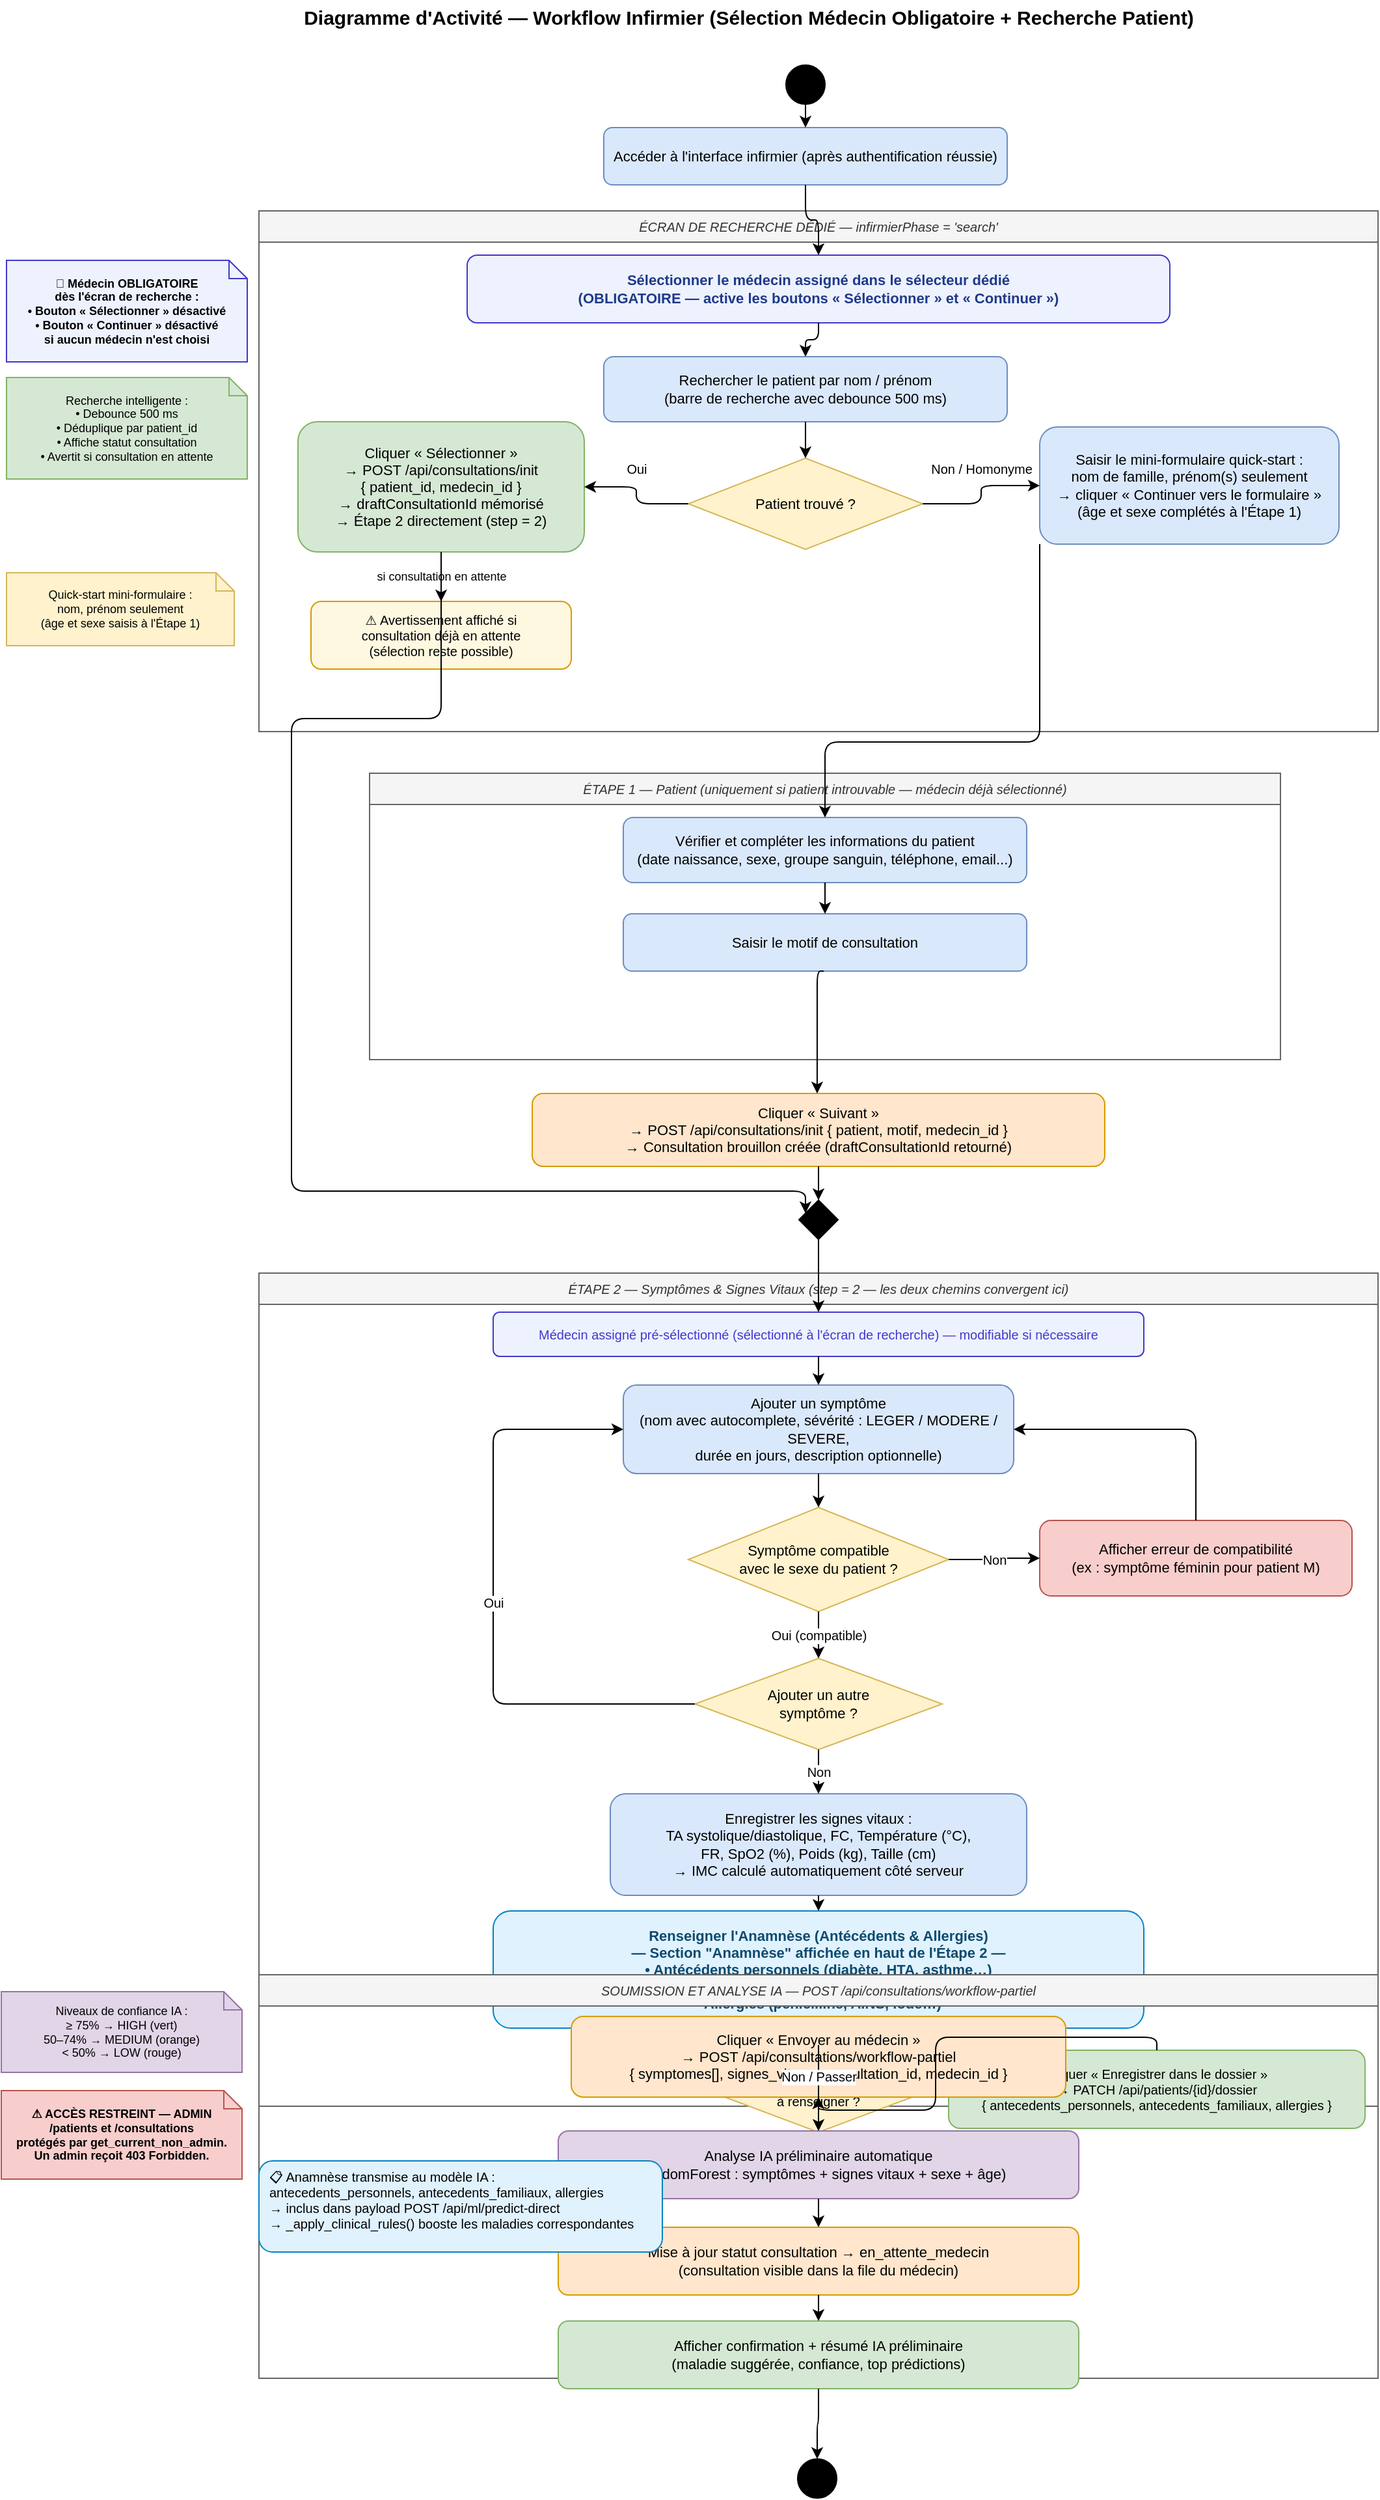
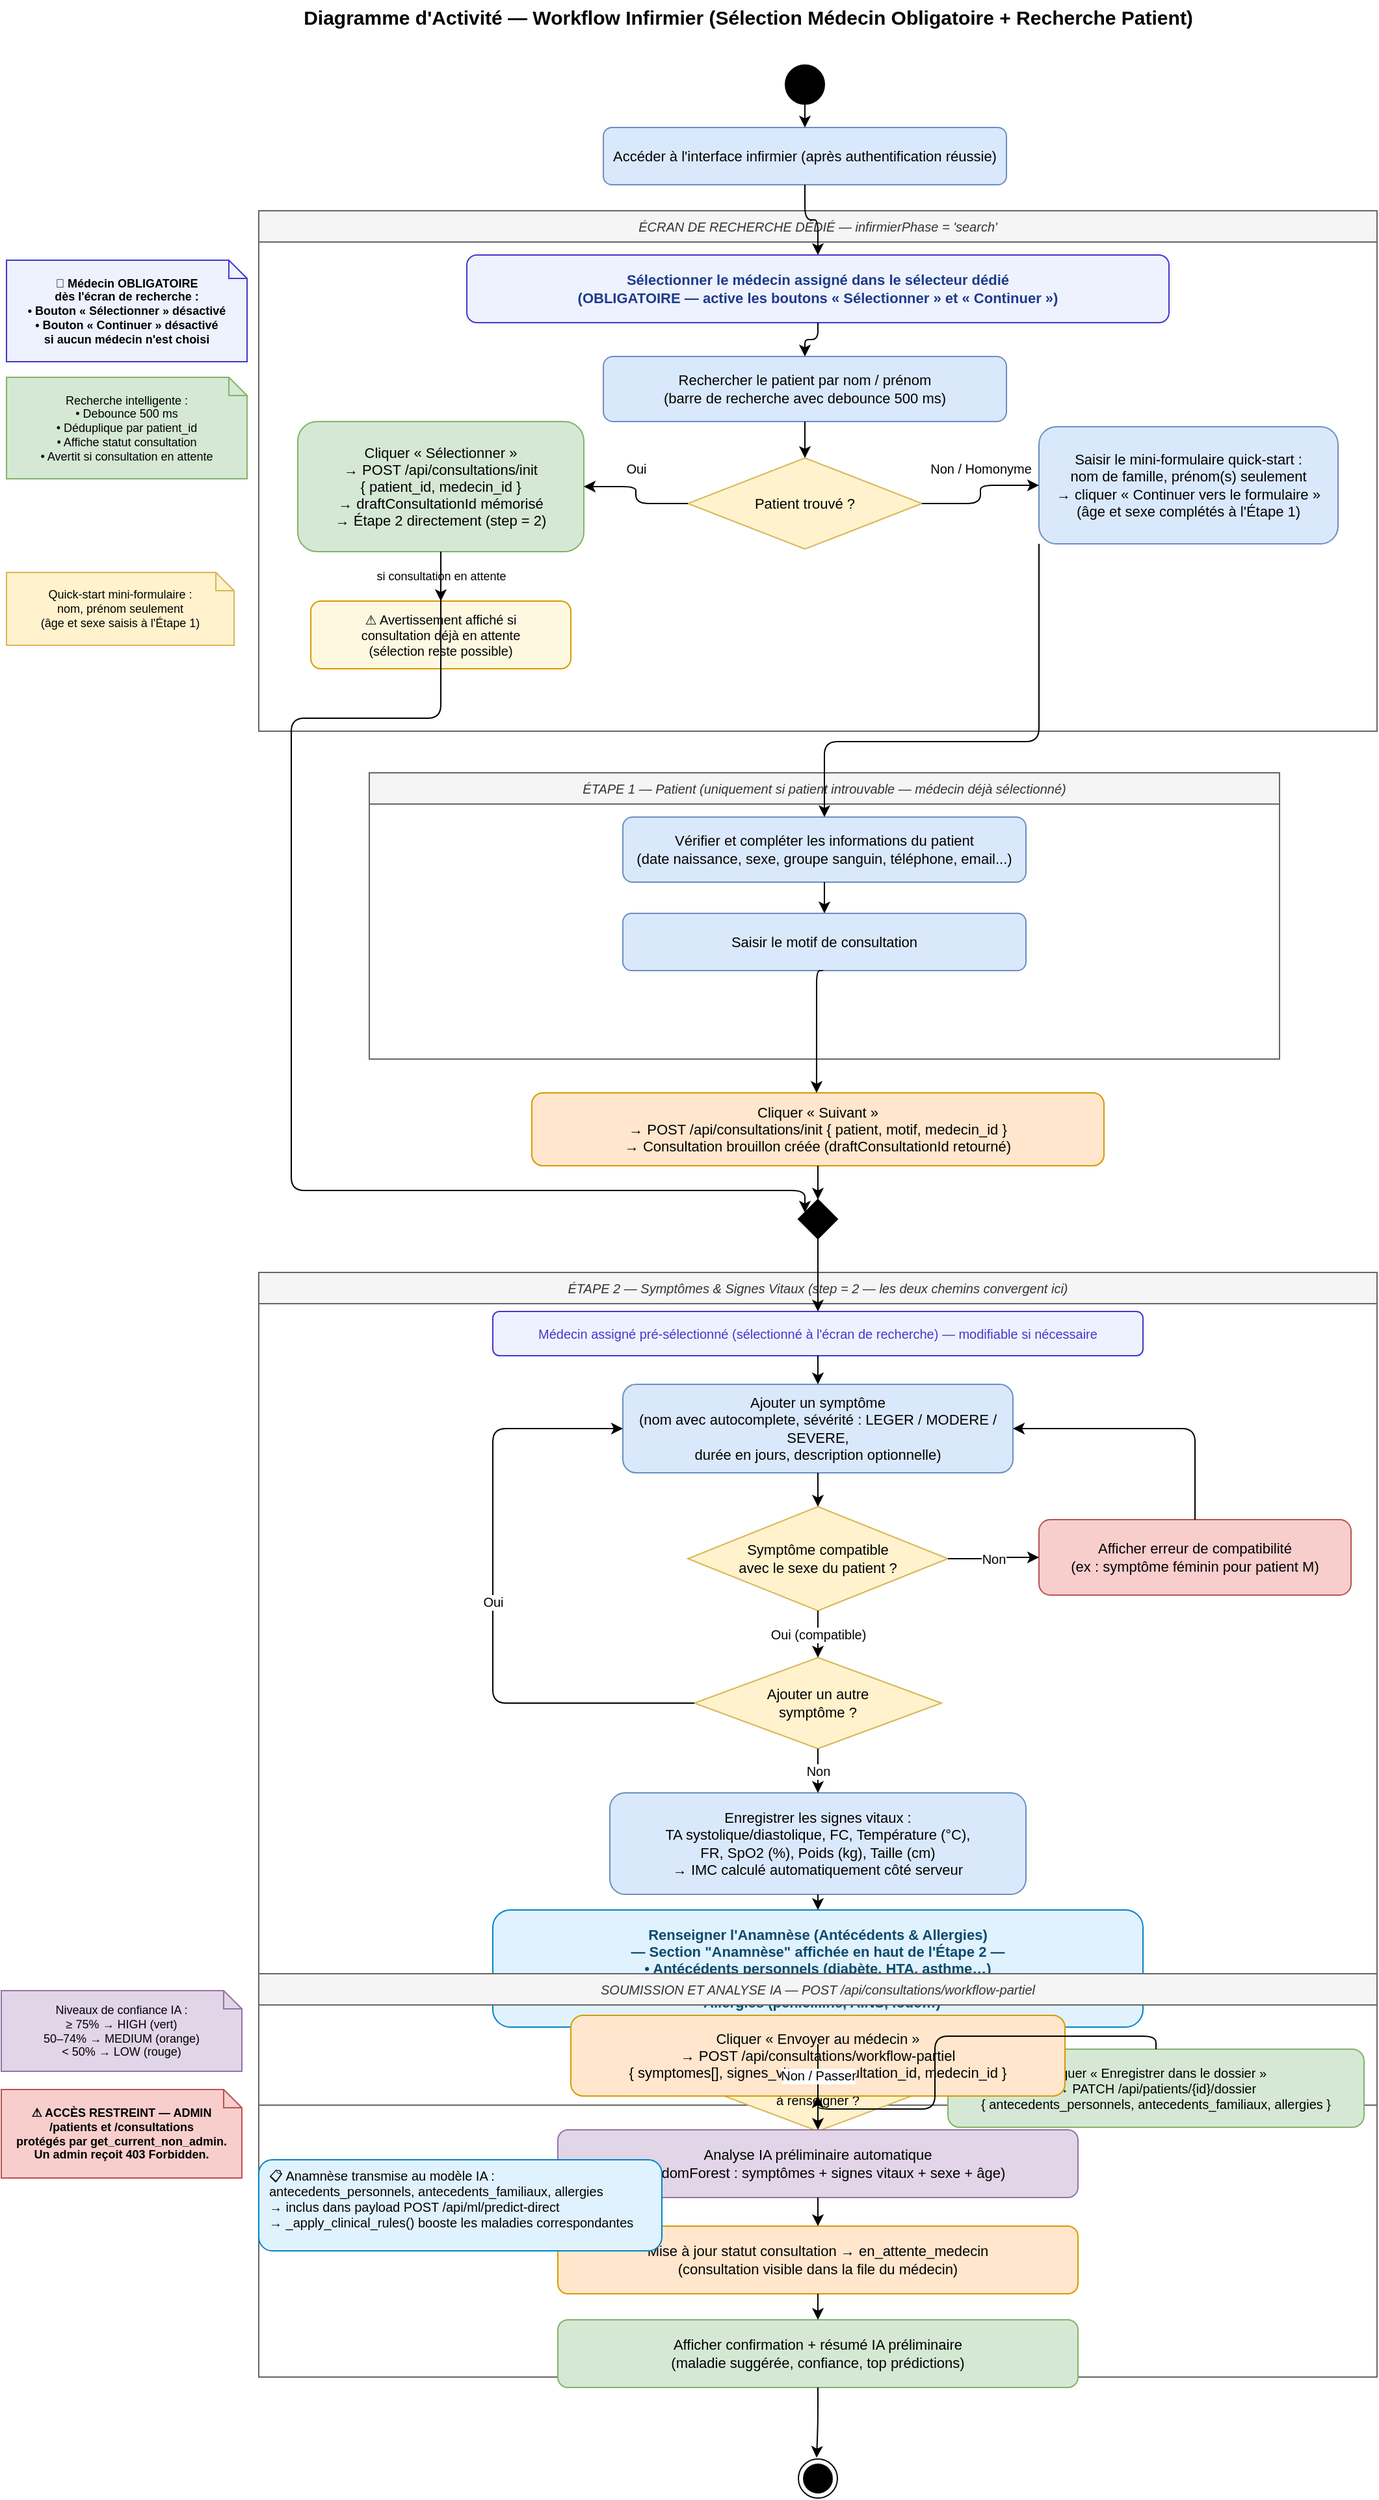
<mxfile host="Electron">
  <diagram id="3yKrx0kO-pWeYLYvruOX" name="Page-1">
-     <mxGraphModel dx="5213" dy="2188" grid="1" gridSize="10" guides="1" tooltips="1" connect="1" arrows="1" fold="1" page="1" pageScale="1" pageWidth="1100" pageHeight="1800" math="0" shadow="0">
+     <mxGraphModel dx="2036" dy="569" grid="1" gridSize="10" guides="1" tooltips="1" connect="1" arrows="1" fold="1" page="1" pageScale="1" pageWidth="1100" pageHeight="1800" math="0" shadow="0">
      <root>
        <mxCell id="0" />
        <mxCell id="1" parent="0" />
        <mxCell id="2" parent="1" style="text;html=1;strokeColor=none;fillColor=none;align=center;verticalAlign=middle;whiteSpace=wrap;fontSize=15;fontStyle=1;" value="Diagramme d&#39;Activité — Workflow Infirmier (Sélection Médecin Obligatoire + Recherche Patient)" vertex="1">
          <mxGeometry height="26" width="717" x="-856.5" y="20" as="geometry" />
        </mxCell>
        <mxCell id="start" parent="1" style="ellipse;aspect=fixed;html=1;fillColor=#000000;strokeColor=#000000;" value="" vertex="1">
          <mxGeometry height="30" width="30" x="-469" y="70" as="geometry" />
        </mxCell>
        <mxCell id="a0" parent="1" style="rounded=1;whiteSpace=wrap;html=1;fillColor=#dae8fc;strokeColor=#6c8ebf;fontSize=11;" value="Accéder à l&#39;interface infirmier (après authentification réussie)" vertex="1">
          <mxGeometry height="44" width="310" x="-609" y="118" as="geometry" />
        </mxCell>
        <mxCell id="e_start_a0" edge="1" parent="1" source="start" style="edgeStyle=orthogonalEdgeStyle;html=1;" target="a0" value="">
          <mxGeometry relative="1" as="geometry" />
        </mxCell>
        <mxCell id="zone0" parent="1" style="swimlane;startSize=24;fillColor=#f5f5f5;strokeColor=#666666;fontColor=#333333;fontSize=10;fontStyle=2;swimlaneLine=1;" value="ÉCRAN DE RECHERCHE DÉDIÉ — infirmierPhase = &#39;search&#39;" vertex="1">
          <mxGeometry height="400" width="860" x="-874" y="182" as="geometry" />
        </mxCell>
        <mxCell id="a1" parent="zone0" style="rounded=1;whiteSpace=wrap;html=1;fillColor=#EEF2FF;strokeColor=#4338CA;fontSize=11;fontStyle=1;fontColor=#1E3A8A;" value="Sélectionner le médecin assigné dans le sélecteur dédié&#xa;(OBLIGATOIRE — active les boutons « Sélectionner » et « Continuer »)" vertex="1">
          <mxGeometry height="52" width="540" x="160" y="34" as="geometry" />
        </mxCell>
        <mxCell id="a2" parent="zone0" style="rounded=1;whiteSpace=wrap;html=1;fillColor=#dae8fc;strokeColor=#6c8ebf;fontSize=11;" value="Rechercher le patient par nom / prénom&#xa;(barre de recherche avec debounce 500 ms)" vertex="1">
          <mxGeometry height="50" width="310" x="265" y="112" as="geometry" />
        </mxCell>
        <mxCell id="e_a1_a2" edge="1" parent="zone0" source="a1" style="edgeStyle=orthogonalEdgeStyle;html=1;" target="a2" value="">
          <mxGeometry relative="1" as="geometry" />
        </mxCell>
        <mxCell id="d1" parent="zone0" style="rhombus;whiteSpace=wrap;html=1;fillColor=#fff2cc;strokeColor=#d6b656;fontSize=11;" value="Patient trouvé ?" vertex="1">
          <mxGeometry height="70" width="180" x="330" y="190" as="geometry" />
        </mxCell>
        <mxCell id="e_a2_d1" edge="1" parent="zone0" source="a2" style="edgeStyle=orthogonalEdgeStyle;html=1;" target="d1" value="">
          <mxGeometry relative="1" as="geometry" />
        </mxCell>
        <mxCell id="a3" parent="zone0" style="rounded=1;whiteSpace=wrap;html=1;fillColor=#d5e8d4;strokeColor=#82b366;fontSize=11;" value="Cliquer « Sélectionner »&#xa;→ POST /api/consultations/init&#xa;   { patient_id, medecin_id }&#xa;→ draftConsultationId mémorisé&#xa;→ Étape 2 directement (step = 2)" vertex="1">
          <mxGeometry height="100" width="220" x="30" y="162" as="geometry" />
        </mxCell>
        <mxCell id="e_d1_a3" edge="1" parent="zone0" source="d1" style="edgeStyle=orthogonalEdgeStyle;html=1;fontSize=10;" target="a3" value="Oui">
          <mxGeometry relative="1" x="0.1408" y="-14" as="geometry">
            <mxPoint as="offset" />
          </mxGeometry>
        </mxCell>
        <mxCell id="a4" parent="zone0" style="rounded=1;whiteSpace=wrap;html=1;fillColor=#dae8fc;strokeColor=#6c8ebf;fontSize=11;" value="Saisir le mini-formulaire quick-start :&#xa;nom de famille, prénom(s) seulement&#xa;→ cliquer « Continuer vers le formulaire »&#xa;(âge et sexe complétés à l&#39;Étape 1)" vertex="1">
          <mxGeometry height="90" width="230" x="600" y="166" as="geometry" />
        </mxCell>
        <mxCell id="e_d1_a4" edge="1" parent="zone0" source="d1" style="edgeStyle=orthogonalEdgeStyle;html=1;fontSize=10;" target="a4" value="Non / Homonyme">
          <mxGeometry relative="1" x="0.1346" y="13" as="geometry">
            <mxPoint as="offset" />
          </mxGeometry>
        </mxCell>
        <mxCell id="a3b" parent="zone0" style="rounded=1;whiteSpace=wrap;html=1;fillColor=#fff8e1;strokeColor=#d79b00;fontSize=10;" value="⚠ Avertissement affiché si&#xa;consultation déjà en attente&#xa;(sélection reste possible)" vertex="1">
          <mxGeometry height="52" width="200" x="40" y="300" as="geometry" />
        </mxCell>
        <mxCell id="e_a3_a3b" edge="1" parent="zone0" source="a3" style="edgeStyle=orthogonalEdgeStyle;html=1;dashed=1;fontSize=9;" target="a3b" value="si consultation en attente">
          <mxGeometry relative="1" as="geometry" />
        </mxCell>
        <mxCell id="e_a0_zone0" edge="1" parent="1" source="a0" style="edgeStyle=orthogonalEdgeStyle;html=1;" target="a1" value="">
          <mxGeometry relative="1" as="geometry" />
        </mxCell>
        <mxCell id="zone1" parent="1" style="swimlane;startSize=24;fillColor=#f5f5f5;strokeColor=#666666;fontColor=#333333;fontSize=10;fontStyle=2;swimlaneLine=1;" value="ÉTAPE 1 — Patient (uniquement si patient introuvable — médecin déjà sélectionné)" vertex="1">
          <mxGeometry height="220" width="700" x="-789" y="614" as="geometry" />
        </mxCell>
        <mxCell id="b1" parent="zone1" style="rounded=1;whiteSpace=wrap;html=1;fillColor=#dae8fc;strokeColor=#6c8ebf;fontSize=11;" value="Vérifier et compléter les informations du patient&#xa;(date naissance, sexe, groupe sanguin, téléphone, email...)" vertex="1">
          <mxGeometry height="50" width="310" x="195" y="34" as="geometry" />
        </mxCell>
        <mxCell id="b2" parent="zone1" style="rounded=1;whiteSpace=wrap;html=1;fillColor=#dae8fc;strokeColor=#6c8ebf;fontSize=11;" value="Saisir le motif de consultation" vertex="1">
          <mxGeometry height="44" width="310" x="195" y="108" as="geometry" />
        </mxCell>
        <mxCell id="e_b1_b2" edge="1" parent="zone1" source="b1" style="edgeStyle=orthogonalEdgeStyle;html=1;" target="b2" value="">
          <mxGeometry relative="1" as="geometry" />
        </mxCell>
        <mxCell id="b3" parent="1" style="rounded=1;whiteSpace=wrap;html=1;fillColor=#ffe6cc;strokeColor=#d79b00;fontSize=11;" value="Cliquer « Suivant »&#xa;→ POST /api/consultations/init { patient, motif, medecin_id }&#xa;→ Consultation brouillon créée (draftConsultationId retourné)" vertex="1">
          <mxGeometry height="56" width="440" x="-664" y="860" as="geometry" />
        </mxCell>
        <mxCell id="e_b2_b3" edge="1" parent="1" style="edgeStyle=orthogonalEdgeStyle;html=1;" value="">
          <mxGeometry relative="1" as="geometry">
            <Array as="points">
              <mxPoint x="-445" y="766" />
            </Array>
            <mxPoint x="-439.9999999999998" y="766" as="sourcePoint" />
            <mxPoint x="-445.0344827586207" y="860" as="targetPoint" />
          </mxGeometry>
        </mxCell>
        <mxCell id="e_a4_zone1" edge="1" parent="1" source="a4" style="edgeStyle=orthogonalEdgeStyle;html=1;" target="b1" value="">
          <mxGeometry relative="1" as="geometry">
            <Array as="points">
              <mxPoint x="-274" y="590" />
              <mxPoint x="-439" y="590" />
            </Array>
          </mxGeometry>
        </mxCell>
        <mxCell id="join1" parent="1" style="rhombus;whiteSpace=wrap;html=1;fillColor=#000000;strokeColor=#000000;" value="" vertex="1">
          <mxGeometry height="30" width="30" x="-459" y="942" as="geometry" />
        </mxCell>
        <mxCell id="e_a3_join" edge="1" parent="1" source="a3" style="edgeStyle=orthogonalEdgeStyle;html=1;" target="join1" value="">
          <mxGeometry relative="1" as="geometry">
            <Array as="points">
              <mxPoint x="-849" y="572" />
              <mxPoint x="-849" y="935" />
              <mxPoint x="-454" y="935" />
            </Array>
          </mxGeometry>
        </mxCell>
        <mxCell id="e_b3_join" edge="1" parent="1" source="b3" style="edgeStyle=orthogonalEdgeStyle;html=1;" target="join1" value="">
          <mxGeometry relative="1" as="geometry" />
        </mxCell>
        <mxCell id="zone2" parent="1" style="swimlane;startSize=24;fillColor=#f5f5f5;strokeColor=#666666;fontColor=#333333;fontSize=10;fontStyle=2;swimlaneLine=1;" value="ÉTAPE 2 — Symptômes &amp; Signes Vitaux (step = 2 — les deux chemins convergent ici)" vertex="1">
          <mxGeometry height="640" width="860" x="-874" y="998" as="geometry" />
        </mxCell>
        <mxCell id="c0" parent="zone2" style="rounded=1;whiteSpace=wrap;html=1;fillColor=#EEF2FF;strokeColor=#4338CA;fontSize=10;fontColor=#4338CA;" value="Médecin assigné pré-sélectionné (sélectionné à l&#39;écran de recherche) — modifiable si nécessaire" vertex="1">
          <mxGeometry height="34" width="500" x="180" y="30" as="geometry" />
        </mxCell>
        <mxCell id="c1" parent="zone2" style="rounded=1;whiteSpace=wrap;html=1;fillColor=#dae8fc;strokeColor=#6c8ebf;fontSize=11;" value="Ajouter un symptôme&#xa;(nom avec autocomplete, sévérité : LEGER / MODERE / SEVERE,&#xa; durée en jours, description optionnelle)" vertex="1">
          <mxGeometry height="68" width="300" x="280" y="86" as="geometry" />
        </mxCell>
        <mxCell id="e_c0_c1" edge="1" parent="zone2" source="c0" style="edgeStyle=orthogonalEdgeStyle;html=1;" target="c1" value="">
          <mxGeometry relative="1" as="geometry" />
        </mxCell>
        <mxCell id="d2" parent="zone2" style="rhombus;whiteSpace=wrap;html=1;fillColor=#fff2cc;strokeColor=#d6b656;fontSize=11;" value="Symptôme compatible&#xa;avec le sexe du patient ?" vertex="1">
          <mxGeometry height="80" width="200" x="330" y="180" as="geometry" />
        </mxCell>
        <mxCell id="e_c1_d2" edge="1" parent="zone2" source="c1" style="edgeStyle=orthogonalEdgeStyle;html=1;" target="d2" value="">
          <mxGeometry relative="1" as="geometry" />
        </mxCell>
        <mxCell id="c2" parent="zone2" style="rounded=1;whiteSpace=wrap;html=1;fillColor=#f8cecc;strokeColor=#b85450;fontSize=11;" value="Afficher erreur de compatibilité&#xa;(ex : symptôme féminin pour patient M)" vertex="1">
          <mxGeometry height="58" width="240" x="600" y="190" as="geometry" />
        </mxCell>
        <mxCell id="e_d2_c2" edge="1" parent="zone2" source="d2" style="edgeStyle=orthogonalEdgeStyle;html=1;fontSize=10;" target="c2" value="Non">
          <mxGeometry relative="1" as="geometry" />
        </mxCell>
        <mxCell id="e_c2_c1" edge="1" parent="zone2" source="c2" style="edgeStyle=orthogonalEdgeStyle;html=1;" target="c1" value="">
          <mxGeometry relative="1" as="geometry">
            <Array as="points">
              <mxPoint x="720" y="120" />
              <mxPoint x="430" y="120" />
            </Array>
          </mxGeometry>
        </mxCell>
        <mxCell id="d3" parent="zone2" style="rhombus;whiteSpace=wrap;html=1;fillColor=#fff2cc;strokeColor=#d6b656;fontSize=11;" value="Ajouter un autre&#xa;symptôme ?" vertex="1">
          <mxGeometry height="70" width="190" x="335" y="296" as="geometry" />
        </mxCell>
        <mxCell id="e_d2_d3" edge="1" parent="zone2" source="d2" style="edgeStyle=orthogonalEdgeStyle;html=1;fontSize=10;" target="d3" value="Oui (compatible)">
          <mxGeometry relative="1" as="geometry" />
        </mxCell>
        <mxCell id="e_d3_c1" edge="1" parent="zone2" source="d3" style="edgeStyle=orthogonalEdgeStyle;html=1;fontSize=10;" target="c1" value="Oui">
          <mxGeometry relative="1" as="geometry">
            <Array as="points">
              <mxPoint x="335" y="331" />
              <mxPoint x="180" y="331" />
              <mxPoint x="180" y="120" />
              <mxPoint x="280" y="120" />
            </Array>
          </mxGeometry>
        </mxCell>
        <mxCell id="c3" parent="zone2" style="rounded=1;whiteSpace=wrap;html=1;fillColor=#dae8fc;strokeColor=#6c8ebf;fontSize=11;" value="Enregistrer les signes vitaux :&#xa;TA systolique/diastolique, FC, Température (°C),&#xa;FR, SpO2 (%), Poids (kg), Taille (cm)&#xa;→ IMC calculé automatiquement côté serveur" vertex="1">
          <mxGeometry height="78" width="320" x="270" y="400" as="geometry" />
        </mxCell>
        <mxCell id="e_d3_c3" edge="1" parent="zone2" source="d3" style="edgeStyle=orthogonalEdgeStyle;html=1;fontSize=10;" target="c3" value="Non">
          <mxGeometry relative="1" as="geometry" />
        </mxCell>
+         <mxCell id="amn_inf" parent="zone2" style="rounded=1;whiteSpace=wrap;html=1;fillColor=#E0F2FE;strokeColor=#0284C7;fontSize=11;fontStyle=1;fontColor=#0C4A6E;" value="Renseigner l&#39;Anamnèse (Antécédents &amp; Allergies)&#xa;— Section &quot;Anamnèse&quot; affichée en haut de l&#39;Étape 2 —&#xa;• Antécédents personnels (diabète, HTA, asthme…)&#xa;• Antécédents familiaux (cardiopathie familiale…)&#xa;• Allergies (pénicilline, AINS, iode…)" vertex="1">
+           <mxGeometry height="90" width="500" x="180" y="490" as="geometry" />
+         </mxCell>
+         <mxCell id="amn_inf_d" parent="zone2" style="rhombus;whiteSpace=wrap;html=1;fillColor=#fff2cc;strokeColor=#d6b656;fontSize=10;" value="Antécédents&#xa;à renseigner ?" vertex="1">
+           <mxGeometry height="60" width="160" x="350" y="600" as="geometry" />
+         </mxCell>
+         <mxCell id="amn_inf_save" parent="zone2" style="rounded=1;whiteSpace=wrap;html=1;fillColor=#d5e8d4;strokeColor=#82b366;fontSize=10;" value="Cliquer « Enregistrer dans le dossier »&#xa;→ PATCH /api/patients/{id}/dossier&#xa;{ antecedents_personnels, antecedents_familiaux, allergies }" vertex="1">
+           <mxGeometry height="60" width="320" x="530" y="597" as="geometry" />
+         </mxCell>
+         <mxCell id="e_c3_amn" edge="1" parent="zone2" source="c3" style="edgeStyle=orthogonalEdgeStyle;html=1;" target="amn_inf" value="">
+           <mxGeometry relative="1" as="geometry" />
+         </mxCell>
+         <mxCell id="e_amn_d" edge="1" parent="zone2" source="amn_inf" style="edgeStyle=orthogonalEdgeStyle;html=1;" target="amn_inf_d" value="">
+           <mxGeometry relative="1" as="geometry" />
+         </mxCell>
+         <mxCell id="e_amnd_save" edge="1" parent="zone2" source="amn_inf_d" style="edgeStyle=orthogonalEdgeStyle;html=1;fontSize=10;" target="amn_inf_save" value="Oui">
+           <mxGeometry relative="1" as="geometry" />
+         </mxCell>
        <mxCell id="e_join_zone2" edge="1" parent="1" source="join1" style="edgeStyle=orthogonalEdgeStyle;html=1;" target="c0" value="">
          <mxGeometry relative="1" as="geometry" />
        </mxCell>
        <mxCell id="zone3" parent="1" style="swimlane;startSize=24;fillColor=#f5f5f5;strokeColor=#666666;fontColor=#333333;fontSize=10;fontStyle=2;swimlaneLine=1;" value="SOUMISSION ET ANALYSE IA — POST /api/consultations/workflow-partiel" vertex="1">
          <mxGeometry height="310" width="860" x="-874" y="1537" as="geometry" />
        </mxCell>
        <mxCell id="d1z3" parent="zone3" style="rounded=1;whiteSpace=wrap;html=1;fillColor=#ffe6cc;strokeColor=#d79b00;fontSize=11;" value="Cliquer « Envoyer au médecin »&#xa;→ POST /api/consultations/workflow-partiel&#xa;   { symptomes[], signes_vitaux, consultation_id, medecin_id }" vertex="1">
          <mxGeometry height="62" width="380" x="240" y="32" as="geometry" />
        </mxCell>
        <mxCell id="d2z3" parent="zone3" style="rounded=1;whiteSpace=wrap;html=1;fillColor=#e1d5e7;strokeColor=#9673a6;fontSize=11;" value="Analyse IA préliminaire automatique&#xa;(RandomForest : symptômes + signes vitaux + sexe + âge)" vertex="1">
          <mxGeometry height="52" width="400" x="230" y="120" as="geometry" />
        </mxCell>
        <mxCell id="e_d1z3_d2z3" edge="1" parent="zone3" source="d1z3" style="edgeStyle=orthogonalEdgeStyle;html=1;" target="d2z3" value="">
          <mxGeometry relative="1" as="geometry" />
        </mxCell>
        <mxCell id="d3z3" parent="zone3" style="rounded=1;whiteSpace=wrap;html=1;fillColor=#ffe6cc;strokeColor=#d79b00;fontSize=11;" value="Mise à jour statut consultation → en_attente_medecin&#xa;(consultation visible dans la file du médecin)" vertex="1">
          <mxGeometry height="52" width="400" x="230" y="194" as="geometry" />
        </mxCell>
        <mxCell id="e_d2z3_d3z3" edge="1" parent="zone3" source="d2z3" style="edgeStyle=orthogonalEdgeStyle;html=1;" target="d3z3" value="">
          <mxGeometry relative="1" as="geometry" />
        </mxCell>
        <mxCell id="d4z3" parent="zone3" style="rounded=1;whiteSpace=wrap;html=1;fillColor=#d5e8d4;strokeColor=#82b366;fontSize=11;" value="Afficher confirmation + résumé IA préliminaire&#xa;(maladie suggérée, confiance, top prédictions)" vertex="1">
          <mxGeometry height="52" width="400" x="230" y="266" as="geometry" />
        </mxCell>
        <mxCell id="e_d3z3_d4z3" edge="1" parent="zone3" source="d3z3" style="edgeStyle=orthogonalEdgeStyle;html=1;" target="d4z3" value="">
          <mxGeometry relative="1" as="geometry" />
        </mxCell>
-         <mxCell id="fin" parent="1" style="ellipse;aspect=fixed;html=1;fillColor=#000000;strokeColor=#000000;shape=doubleEllipse;" value="" vertex="1">
-           <mxGeometry height="30" width="30" x="-460" y="1909" as="geometry" />
-         </mxCell>
-         <mxCell id="e_d4z3_fin" edge="1" parent="1" source="d4z3" style="edgeStyle=orthogonalEdgeStyle;html=1;" target="fin" value="">
-           <mxGeometry relative="1" as="geometry" />
+         <mxCell id="e_d4z3_fin" edge="1" parent="1" source="d4z3" style="edgeStyle=orthogonalEdgeStyle;html=1;" value="">
+           <mxGeometry relative="1" as="geometry">
+             <mxPoint x="-445.0000000000002" y="1909" as="targetPoint" />
+           </mxGeometry>
        </mxCell>
        <mxCell id="n1" parent="1" style="shape=note;whiteSpace=wrap;html=1;backgroundOutline=1;size=14;fillColor=#EEF2FF;strokeColor=#4338CA;fontSize=9;fontStyle=1;" value="🔑 Médecin OBLIGATOIRE&#xa;dès l&#39;écran de recherche :&#xa;• Bouton « Sélectionner » désactivé&#xa;• Bouton « Continuer » désactivé&#xa;si aucun médecin n&#39;est choisi" vertex="1">
          <mxGeometry height="78" width="185" x="-1068" y="220" as="geometry" />
        </mxCell>
        <mxCell id="n2" parent="1" style="shape=note;whiteSpace=wrap;html=1;backgroundOutline=1;size=14;fillColor=#d5e8d4;strokeColor=#82b366;fontSize=9;" value="Recherche intelligente :&#xa;• Debounce 500 ms&#xa;• Déduplique par patient_id&#xa;• Affiche statut consultation&#xa;• Avertit si consultation en attente" vertex="1">
          <mxGeometry height="78" width="185" x="-1068" y="310" as="geometry" />
        </mxCell>
        <mxCell id="n3" parent="1" style="shape=note;whiteSpace=wrap;html=1;backgroundOutline=1;size=14;fillColor=#fff2cc;strokeColor=#d6b656;fontSize=9;" value="Quick-start mini-formulaire :&#xa;nom, prénom seulement&#xa;(âge et sexe saisis à l&#39;Étape 1)" vertex="1">
          <mxGeometry height="56" width="175" x="-1068" y="460" as="geometry" />
        </mxCell>
        <mxCell id="n4" parent="1" style="shape=note;whiteSpace=wrap;html=1;backgroundOutline=1;size=14;fillColor=#e1d5e7;strokeColor=#9673a6;fontSize=9;" value="Niveaux de confiance IA :&#xa;≥ 75% → HIGH (vert)&#xa;50–74% → MEDIUM (orange)&#xa;&lt; 50% → LOW (rouge)" vertex="1">
          <mxGeometry height="62" width="185" x="-1072" y="1550" as="geometry" />
        </mxCell>
        <mxCell id="n5" parent="1" style="shape=note;whiteSpace=wrap;html=1;backgroundOutline=1;size=14;fillColor=#f8cecc;strokeColor=#b85450;fontSize=9;fontStyle=1;" value="⚠ ACCÈS RESTREINT — ADMIN&#xa;/patients et /consultations&#xa;protégés par get_current_non_admin.&#xa;Un admin reçoit 403 Forbidden." vertex="1">
          <mxGeometry height="68" width="185" x="-1072" y="1626" as="geometry" />
        </mxCell>
- 
-     <!-- ── ANAMNÈSE — section ajoutée (antécédents & allergies) ── -->
-     <mxCell id="amn_inf" parent="zone2" style="rounded=1;whiteSpace=wrap;html=1;fillColor=#E0F2FE;strokeColor=#0284C7;fontSize=11;fontStyle=1;fontColor=#0C4A6E;" value="Renseigner l&apos;Anamnèse (Antécédents &amp; Allergies)&#xa;— Section &quot;Anamnèse&quot; affichée en haut de l&apos;Étape 2 —&#xa;• Antécédents personnels (diabète, HTA, asthme…)&#xa;• Antécédents familiaux (cardiopathie familiale…)&#xa;• Allergies (pénicilline, AINS, iode…)" vertex="1">
-       <mxGeometry height="90" width="500" x="180" y="490" as="geometry" />
-     </mxCell>
-     <mxCell id="amn_inf_d" parent="zone2" style="rhombus;whiteSpace=wrap;html=1;fillColor=#fff2cc;strokeColor=#d6b656;fontSize=10;" value="Antécédents&#xa;à renseigner ?" vertex="1">
-       <mxGeometry height="60" width="160" x="350" y="600" as="geometry" />
-     </mxCell>
-     <mxCell id="amn_inf_save" parent="zone2" style="rounded=1;whiteSpace=wrap;html=1;fillColor=#d5e8d4;strokeColor=#82b366;fontSize=10;" value="Cliquer « Enregistrer dans le dossier »&#xa;→ PATCH /api/patients/{id}/dossier&#xa;{ antecedents_personnels, antecedents_familiaux, allergies }" vertex="1">
-       <mxGeometry height="60" width="320" x="530" y="597" as="geometry" />
-     </mxCell>
-     <mxCell id="e_c3_amn" edge="1" parent="zone2" source="c3" style="edgeStyle=orthogonalEdgeStyle;html=1;" target="amn_inf" value="">
-       <mxGeometry relative="1" as="geometry" />
-     </mxCell>
-     <mxCell id="e_amn_d" edge="1" parent="zone2" source="amn_inf" style="edgeStyle=orthogonalEdgeStyle;html=1;" target="amn_inf_d" value="">
-       <mxGeometry relative="1" as="geometry" />
-     </mxCell>
-     <mxCell id="e_amnd_save" edge="1" parent="zone2" source="amn_inf_d" style="edgeStyle=orthogonalEdgeStyle;html=1;fontSize=10;" target="amn_inf_save" value="Oui">
-       <mxGeometry relative="1" as="geometry" />
-     </mxCell>
-     <mxCell id="e_amn_inf_end" edge="1" parent="1" source="amn_inf_d" style="edgeStyle=orthogonalEdgeStyle;html=1;fontSize=10;" target="d1z3" value="Non / Passer">
-       <mxGeometry relative="1" as="geometry" />
-     </mxCell>
-     <mxCell id="e_amn_save_end" edge="1" parent="1" source="amn_inf_save" style="edgeStyle=orthogonalEdgeStyle;html=1;" target="d1z3" value="">
-       <mxGeometry relative="1" as="geometry" />
-     </mxCell>
-     <mxCell id="amn_note_inf" parent="1" style="text;html=1;strokeColor=#0284C7;fillColor=#E0F2FE;align=left;verticalAlign=top;spacingLeft=6;whiteSpace=wrap;overflow=hidden;fontSize=10;rounded=1;" value="📋 Anamnèse transmise au modèle IA :&#xa;antecedents_personnels, antecedents_familiaux, allergies&#xa;→ inclus dans payload POST /api/ml/predict-direct&#xa;→ _apply_clinical_rules() booste les maladies correspondantes" vertex="1">
-       <mxGeometry height="70" width="310" x="-874" y="1680" as="geometry" />
-     </mxCell>
+         <mxCell id="e_amn_inf_end" edge="1" parent="1" source="amn_inf_d" style="edgeStyle=orthogonalEdgeStyle;html=1;fontSize=10;" target="d1z3" value="Non / Passer">
+           <mxGeometry relative="1" as="geometry" />
+         </mxCell>
+         <mxCell id="e_amn_save_end" edge="1" parent="1" source="amn_inf_save" style="edgeStyle=orthogonalEdgeStyle;html=1;" target="d1z3" value="">
+           <mxGeometry relative="1" as="geometry" />
+         </mxCell>
+         <mxCell id="amn_note_inf" parent="1" style="text;html=1;strokeColor=#0284C7;fillColor=#E0F2FE;align=left;verticalAlign=top;spacingLeft=6;whiteSpace=wrap;overflow=hidden;fontSize=10;rounded=1;" value="📋 Anamnèse transmise au modèle IA :&#xa;antecedents_personnels, antecedents_familiaux, allergies&#xa;→ inclus dans payload POST /api/ml/predict-direct&#xa;→ _apply_clinical_rules() booste les maladies correspondantes" vertex="1">
+           <mxGeometry height="70" width="310" x="-874" y="1680" as="geometry" />
+         </mxCell>
+         <mxCell id="z_aSj0pvc-ReKIaSPAjx-2" parent="1" style="ellipse;html=1;shape=endState;fillColor=#000000;strokeColor=light-dark(#0d0c0c, #ff9090);" value="" vertex="1">
+           <mxGeometry height="30" width="30" x="-459" y="1910" as="geometry" />
+         </mxCell>
      </root>
    </mxGraphModel>
  </diagram>
</mxfile>
